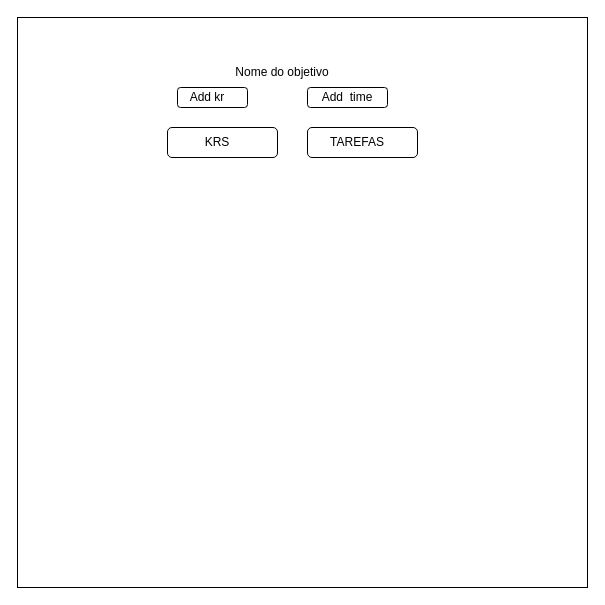
Earlier version of the draw.io diagram page "Página-3" (3 of 3) of docs/modelagem.drawio (Nurv-Holding/beehive). Source tidied: cells renumbered, new cells numbered last; positions are measured from the earlier drawing's top-left corner, leaving out a move shared by most shapes. Both pictures are drawn from the tidied source at 100%, with x=0, y=0 at pixel (17, 17).
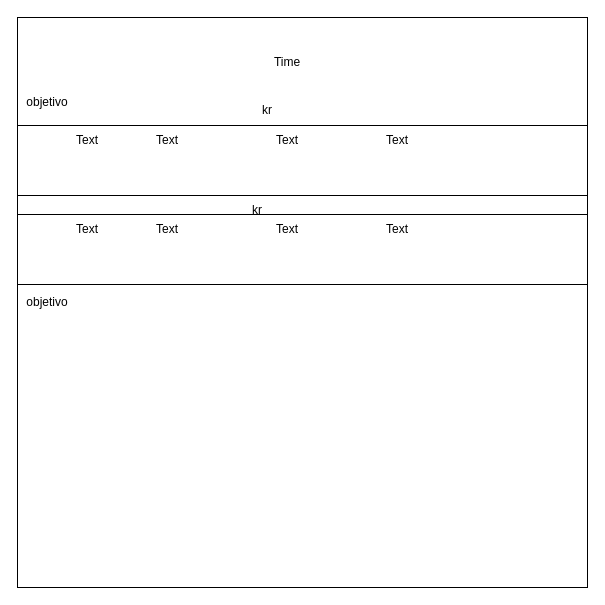
The same diagram, later.

What changed in the source:
```diff
@@
 <mxGraphModel>
   <root>
     <mxCell id="0" />
     <mxCell id="1" parent="0" />
     <mxCell id="2" style="whiteSpace=wrap;html=1;rounded=0;fillColor=default;gradientColor=none;shadow=0;sketch=0;glass=0;" parent="1" vertex="1">
       <mxGeometry width="570" height="570" as="geometry" />
     </mxCell>
-    <mxCell id="3" value="Nome do objetivo" style="text;html=1;strokeColor=none;fillColor=none;align=center;verticalAlign=middle;whiteSpace=wrap;rounded=0;" parent="1" vertex="1">
-      <mxGeometry x="170" y="40" width="190" height="30" as="geometry" />
-    </mxCell>
-    <mxCell id="4" style="rounded=1;whiteSpace=wrap;html=1;" parent="1" vertex="1">
-      <mxGeometry x="160" y="70" width="70" height="20" as="geometry" />
-    </mxCell>
-    <mxCell id="5" style="rounded=1;whiteSpace=wrap;html=1;" parent="1" vertex="1">
-      <mxGeometry x="290" y="70" width="80" height="20" as="geometry" />
-    </mxCell>
-    <mxCell id="6" value="Add kr" style="text;html=1;strokeColor=none;fillColor=none;align=center;verticalAlign=middle;whiteSpace=wrap;rounded=0;" parent="1" vertex="1">
-      <mxGeometry x="160" y="65" width="60" height="30" as="geometry" />
-    </mxCell>
-    <mxCell id="7" value="Add&amp;nbsp; time" style="text;html=1;strokeColor=none;fillColor=none;align=center;verticalAlign=middle;whiteSpace=wrap;rounded=0;" parent="1" vertex="1">
-      <mxGeometry x="300" y="65" width="60" height="30" as="geometry" />
-    </mxCell>
-    <mxCell id="8" style="rounded=1;whiteSpace=wrap;html=1;" parent="1" vertex="1">
-      <mxGeometry x="150" y="110" width="110" height="30" as="geometry" />
-    </mxCell>
-    <mxCell id="9" style="rounded=1;whiteSpace=wrap;html=1;" parent="1" vertex="1">
-      <mxGeometry x="290" y="110" width="110" height="30" as="geometry" />
-    </mxCell>
-    <mxCell id="10" value="KRS" style="text;html=1;strokeColor=none;fillColor=none;align=center;verticalAlign=middle;whiteSpace=wrap;rounded=0;" parent="1" vertex="1">
-      <mxGeometry x="170" y="110" width="60" height="30" as="geometry" />
-    </mxCell>
-    <mxCell id="11" value="TAREFAS" style="text;html=1;strokeColor=none;fillColor=none;align=center;verticalAlign=middle;whiteSpace=wrap;rounded=0;" parent="1" vertex="1">
-      <mxGeometry x="310" y="110" width="60" height="30" as="geometry" />
-    </mxCell>
+    <mxCell id="12" value="Time" style="text;html=1;strokeColor=none;fillColor=none;align=center;verticalAlign=middle;whiteSpace=wrap;rounded=0;" parent="1" vertex="1">
+      <mxGeometry x="180" y="30" width="180" height="30" as="geometry" />
+    </mxCell>
+    <mxCell id="13" style="rounded=0;whiteSpace=wrap;html=1;" parent="1" vertex="1">
+      <mxGeometry y="108" width="570" height="70" as="geometry" />
+    </mxCell>
+    <mxCell id="14" value="Text" style="text;html=1;strokeColor=none;fillColor=none;align=center;verticalAlign=middle;whiteSpace=wrap;rounded=0;" parent="1" vertex="1">
+      <mxGeometry x="40" y="108" width="60" height="30" as="geometry" />
+    </mxCell>
+    <mxCell id="15" value="Text" style="text;html=1;strokeColor=none;fillColor=none;align=center;verticalAlign=middle;whiteSpace=wrap;rounded=0;" parent="1" vertex="1">
+      <mxGeometry x="120" y="108" width="60" height="30" as="geometry" />
+    </mxCell>
+    <mxCell id="16" value="Text" style="text;html=1;strokeColor=none;fillColor=none;align=center;verticalAlign=middle;whiteSpace=wrap;rounded=0;" parent="1" vertex="1">
+      <mxGeometry x="240" y="108" width="60" height="30" as="geometry" />
+    </mxCell>
+    <mxCell id="17" value="Text" style="text;html=1;strokeColor=none;fillColor=none;align=center;verticalAlign=middle;whiteSpace=wrap;rounded=0;" parent="1" vertex="1">
+      <mxGeometry x="350" y="108" width="60" height="30" as="geometry" />
+    </mxCell>
+    <mxCell id="18" value="objetivo" style="text;html=1;strokeColor=none;fillColor=none;align=center;verticalAlign=middle;whiteSpace=wrap;rounded=0;" parent="1" vertex="1">
+      <mxGeometry y="70" width="60" height="30" as="geometry" />
+    </mxCell>
+    <mxCell id="19" style="rounded=0;whiteSpace=wrap;html=1;" parent="1" vertex="1">
+      <mxGeometry y="197" width="570" height="70" as="geometry" />
+    </mxCell>
+    <mxCell id="20" value="Text" style="text;html=1;strokeColor=none;fillColor=none;align=center;verticalAlign=middle;whiteSpace=wrap;rounded=0;" parent="1" vertex="1">
+      <mxGeometry x="40" y="197" width="60" height="30" as="geometry" />
+    </mxCell>
+    <mxCell id="21" value="Text" style="text;html=1;strokeColor=none;fillColor=none;align=center;verticalAlign=middle;whiteSpace=wrap;rounded=0;" parent="1" vertex="1">
+      <mxGeometry x="120" y="197" width="60" height="30" as="geometry" />
+    </mxCell>
+    <mxCell id="22" value="Text" style="text;html=1;strokeColor=none;fillColor=none;align=center;verticalAlign=middle;whiteSpace=wrap;rounded=0;" parent="1" vertex="1">
+      <mxGeometry x="240" y="197" width="60" height="30" as="geometry" />
+    </mxCell>
+    <mxCell id="23" value="Text" style="text;html=1;strokeColor=none;fillColor=none;align=center;verticalAlign=middle;whiteSpace=wrap;rounded=0;" parent="1" vertex="1">
+      <mxGeometry x="350" y="197" width="60" height="30" as="geometry" />
+    </mxCell>
+    <mxCell id="24" value="objetivo" style="text;html=1;strokeColor=none;fillColor=none;align=center;verticalAlign=middle;whiteSpace=wrap;rounded=0;" parent="1" vertex="1">
+      <mxGeometry y="270" width="60" height="30" as="geometry" />
+    </mxCell>
+    <mxCell id="25" value="kr" style="text;html=1;strokeColor=none;fillColor=none;align=center;verticalAlign=middle;whiteSpace=wrap;rounded=0;" parent="1" vertex="1">
+      <mxGeometry x="220" y="78" width="60" height="30" as="geometry" />
+    </mxCell>
+    <mxCell id="26" value="kr" style="text;html=1;strokeColor=none;fillColor=none;align=center;verticalAlign=middle;whiteSpace=wrap;rounded=0;" parent="1" vertex="1">
+      <mxGeometry x="210" y="178" width="60" height="30" as="geometry" />
+    </mxCell>
   </root>
 </mxGraphModel>
```
